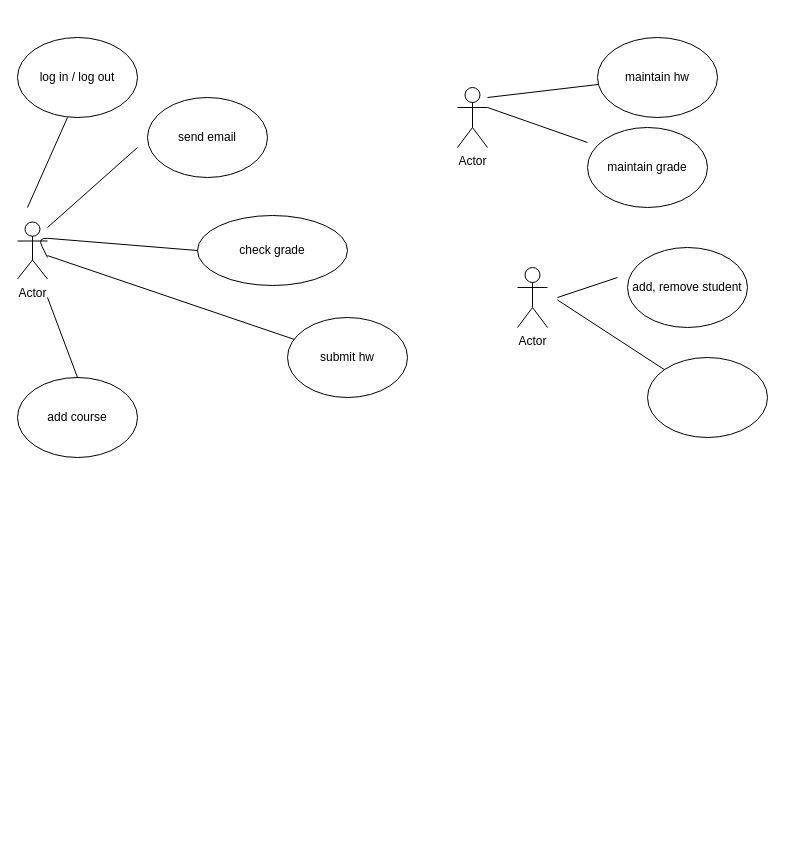
Earlier version of the draw.io diagram Untitled Diagram.drawio (haris8/use_case). Source tidied: cells renumbered, new cells numbered last; positions are measured from the earlier drawing's top-left corner, leaving out a move shared by most shapes. Both pictures are drawn from the tidied source at 100%, with x=0, y=0 at pixel (17, 37).
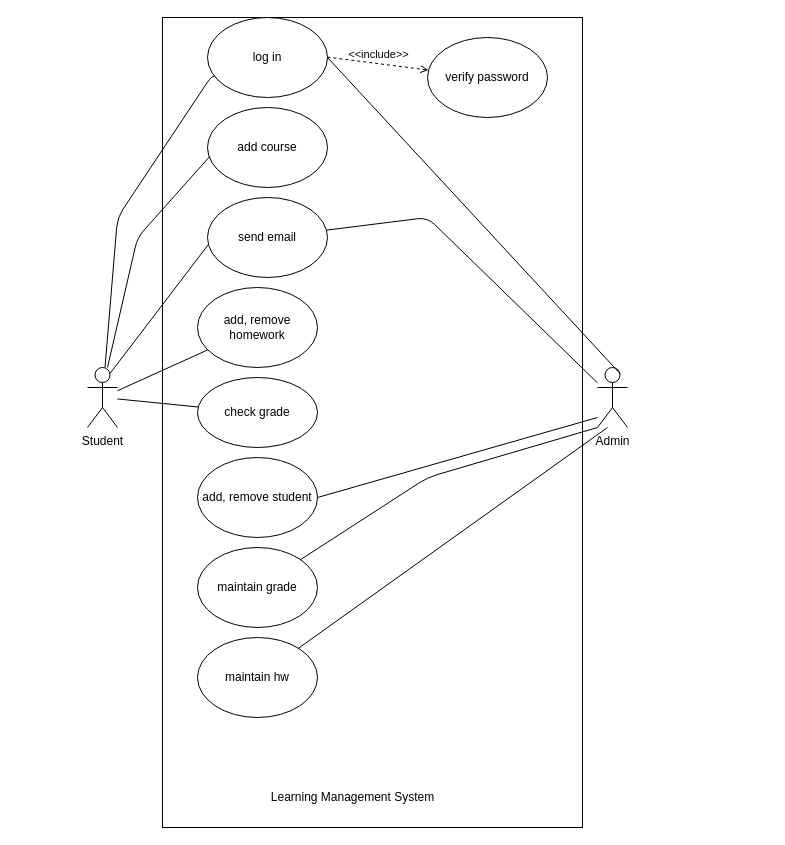
Above is the later version.

What changed in the source:
```diff
@@
-    <mxCell id="2" value="Actor" style="shape=umlActor;verticalLabelPosition=bottom;labelBackgroundColor=#ffffff;verticalAlign=top;html=1;outlineConnect=0;" parent="1" vertex="1">
-      <mxGeometry y="184.5" width="30" height="57" as="geometry" />
-    </mxCell>
+    <mxCell id="23" style="rounded=0;whiteSpace=wrap;html=1;" parent="1" vertex="1">
+      <mxGeometry x="145" y="-20" width="420" height="810" as="geometry" />
+    </mxCell>
     <mxCell id="3" value="check grade" style="ellipse;whiteSpace=wrap;html=1;" parent="1" vertex="1">
-      <mxGeometry x="180" y="178" width="150" height="70" as="geometry" />
+      <mxGeometry x="180" y="340" width="120" height="70" as="geometry" />
     </mxCell>
-    <mxCell id="4" style="endArrow=none;html=1;entryX=0;entryY=0.5;entryDx=0;entryDy=0;" parent="1" edge="1" target="3">
-      <mxGeometry relative="1" as="geometry">
-        <mxPoint x="30" y="220" as="sourcePoint" />
-        <Array as="points">
-          <mxPoint x="20" y="200" />
-        </Array>
-      </mxGeometry>
-    </mxCell>
-    <mxCell id="5" style="endArrow=none;html=1;" parent="1" edge="1" source="2" target="6">
-      <mxGeometry relative="1" as="geometry" />
-    </mxCell>
-    <mxCell id="6" value="submit hw" style="ellipse;whiteSpace=wrap;html=1;" parent="1" vertex="1">
-      <mxGeometry x="270" y="280" width="120" height="80" as="geometry" />
+    <mxCell id="6" value="add, remove homework" style="ellipse;whiteSpace=wrap;html=1;" parent="1" vertex="1">
+      <mxGeometry x="180" y="250" width="120" height="80" as="geometry" />
     </mxCell>
     <mxCell id="7" value="add course" style="ellipse;whiteSpace=wrap;html=1;" parent="1" vertex="1">
-      <mxGeometry y="340" width="120" height="80" as="geometry" />
+      <mxGeometry x="190" y="70" width="120" height="80" as="geometry" />
     </mxCell>
-    <mxCell id="8" style="endArrow=none;html=1;exitX=0.5;exitY=0;exitDx=0;exitDy=0;" parent="1" edge="1" source="7">
-      <mxGeometry relative="1" as="geometry">
-        <mxPoint x="30" y="260" as="targetPoint" />
-      </mxGeometry>
-    </mxCell>
     <mxCell id="9" value="send email" style="ellipse;whiteSpace=wrap;html=1;" parent="1" vertex="1">
-      <mxGeometry x="130" y="60" width="120" height="80" as="geometry" />
+      <mxGeometry x="190" y="160" width="120" height="80" as="geometry" />
     </mxCell>
-    <mxCell id="10" style="endArrow=none;html=1;" parent="1" edge="1">
-      <mxGeometry relative="1" as="geometry">
-        <mxPoint x="30" y="190" as="sourcePoint" />
-        <mxPoint x="120" y="110" as="targetPoint" />
-      </mxGeometry>
-    </mxCell>
-    <mxCell id="11" value="log in / log out" style="ellipse;whiteSpace=wrap;html=1;" parent="1" vertex="1">
-      <mxGeometry width="120" height="80" as="geometry" />
+    <mxCell id="11" value="log in" style="ellipse;whiteSpace=wrap;html=1;" parent="1" vertex="1">
+      <mxGeometry x="190" y="-20" width="120" height="80" as="geometry" />
     </mxCell>
-    <mxCell id="12" value="Actor" style="shape=umlActor;verticalLabelPosition=bottom;labelBackgroundColor=#ffffff;verticalAlign=top;html=1;outlineConnect=0;" parent="1" vertex="1">
-      <mxGeometry x="440" y="50" width="30" height="60" as="geometry" />
-    </mxCell>
-    <mxCell id="13" style="endArrow=none;html=1;" parent="1" edge="1">
+    <mxCell id="13" style="endArrow=none;html=1;" parent="1" edge="1" source="24" target="11">
       <mxGeometry relative="1" as="geometry">
-        <mxPoint x="10" y="170" as="sourcePoint" />
-        <mxPoint x="50" y="80" as="targetPoint" />
+        <Array as="points">
+          <mxPoint x="100" y="180" />
+          <mxPoint x="193" y="40" />
+        </Array>
       </mxGeometry>
     </mxCell>
-    <mxCell id="14" style="endArrow=none;html=1;" parent="1" edge="1" source="12" target="15">
-      <mxGeometry relative="1" as="geometry">
-        <Array as="points">
-          <mxPoint x="470" y="60" />
-        </Array>
-      </mxGeometry>
-    </mxCell>
     <mxCell id="15" value="maintain hw" style="ellipse;whiteSpace=wrap;html=1;" parent="1" vertex="1">
-      <mxGeometry x="580" width="120" height="80" as="geometry" />
+      <mxGeometry x="180" y="600" width="120" height="80" as="geometry" />
     </mxCell>
     <mxCell id="16" value="add, remove student" style="ellipse;whiteSpace=wrap;html=1;" parent="1" vertex="1">
-      <mxGeometry x="610" y="210" width="120" height="80" as="geometry" />
+      <mxGeometry x="180" y="420" width="120" height="80" as="geometry" />
     </mxCell>
-    <mxCell id="17" value="Actor" style="shape=umlActor;verticalLabelPosition=bottom;labelBackgroundColor=#ffffff;verticalAlign=top;html=1;outlineConnect=0;" parent="1" vertex="1">
-      <mxGeometry x="500" y="230" width="30" height="60" as="geometry" />
+    <mxCell id="17" value="Admin" style="shape=umlActor;verticalLabelPosition=bottom;labelBackgroundColor=#ffffff;verticalAlign=top;html=1;outlineConnect=0;" parent="1" vertex="1">
+      <mxGeometry x="580" y="330" width="30" height="60" as="geometry" />
     </mxCell>
-    <mxCell id="18" style="endArrow=none;html=1;" parent="1" edge="1" target="19">
-      <mxGeometry relative="1" as="geometry">
-        <mxPoint x="540" y="262.5" as="sourcePoint" />
-      </mxGeometry>
-    </mxCell>
-    <mxCell id="19" style="ellipse;whiteSpace=wrap;html=1;" parent="1" vertex="1">
-      <mxGeometry x="630" y="320" width="120" height="80" as="geometry" />
+    <mxCell id="19" value="verify password" style="ellipse;whiteSpace=wrap;html=1;" parent="1" vertex="1">
+      <mxGeometry x="410" width="120" height="80" as="geometry" />
     </mxCell>
-    <mxCell id="20" style="endArrow=none;html=1;" parent="1" edge="1">
-      <mxGeometry relative="1" as="geometry">
-        <mxPoint x="540" y="260" as="sourcePoint" />
-        <mxPoint x="600" y="240" as="targetPoint" />
-      </mxGeometry>
-    </mxCell>
     <mxCell id="21" value="maintain grade" style="ellipse;whiteSpace=wrap;html=1;" parent="1" vertex="1">
-      <mxGeometry x="570" y="90" width="120" height="80" as="geometry" />
+      <mxGeometry x="180" y="510" width="120" height="80" as="geometry" />
     </mxCell>
-    <mxCell id="22" style="endArrow=none;html=1;exitX=1;exitY=0.3333333333333333;exitDx=0;exitDy=0;exitPerimeter=0;" parent="1" edge="1" source="12">
-      <mxGeometry relative="1" as="geometry">
-        <mxPoint x="570" y="105" as="targetPoint" />
-      </mxGeometry>
-    </mxCell>
+    <mxCell id="24" value="Student" style="shape=umlActor;verticalLabelPosition=bottom;labelBackgroundColor=#ffffff;verticalAlign=top;html=1;outlineConnect=0;" parent="1" vertex="1">
+      <mxGeometry x="70" y="330" width="30" height="60" as="geometry" />
+    </mxCell>
+    <mxCell id="25" style="endArrow=none;html=1;entryX=0.007;entryY=0.588;entryDx=0;entryDy=0;entryPerimeter=0;exitX=0.75;exitY=0.1;exitDx=0;exitDy=0;exitPerimeter=0;" parent="1" edge="1" source="24" target="9">
+      <mxGeometry relative="1" as="geometry" />
+    </mxCell>
+    <mxCell id="26" style="endArrow=none;html=1;exitX=1;exitY=0.5;exitDx=0;exitDy=0;entryX=0.75;entryY=0.1;entryDx=0;entryDy=0;entryPerimeter=0;" parent="1" edge="1" source="11" target="17">
+      <mxGeometry relative="1" as="geometry" />
+    </mxCell>
+    <mxCell id="27" style="endArrow=none;html=1;" parent="1" edge="1" source="9" target="17">
+      <mxGeometry relative="1" as="geometry">
+        <Array as="points">
+          <mxPoint x="410" y="180" />
+        </Array>
+      </mxGeometry>
+    </mxCell>
+    <mxCell id="28" value="&amp;lt;&amp;lt;include&amp;gt;&amp;gt;" style="edgeStyle=none;html=1;endArrow=open;verticalAlign=bottom;dashed=1;labelBackgroundColor=none;" parent="1" edge="1" target="19">
+      <mxGeometry relative="1" as="geometry">
+        <mxPoint x="310" y="19.6" as="sourcePoint" />
+      </mxGeometry>
+    </mxCell>
+    <mxCell id="29" style="endArrow=none;html=1;" parent="1" edge="1" source="6" target="24">
+      <mxGeometry relative="1" as="geometry" />
+    </mxCell>
+    <mxCell id="30" style="endArrow=none;html=1;entryX=0.021;entryY=0.608;entryDx=0;entryDy=0;entryPerimeter=0;" parent="1" edge="1" target="7">
+      <mxGeometry relative="1" as="geometry">
+        <mxPoint x="90" y="330" as="sourcePoint" />
+        <Array as="points">
+          <mxPoint x="120" y="200" />
+        </Array>
+      </mxGeometry>
+    </mxCell>
+    <mxCell id="31" style="endArrow=none;html=1;" parent="1" edge="1" source="3" target="24">
+      <mxGeometry relative="1" as="geometry" />
+    </mxCell>
+    <mxCell id="32" style="endArrow=none;html=1;exitX=1;exitY=0.5;exitDx=0;exitDy=0;" parent="1" edge="1" source="16">
+      <mxGeometry relative="1" as="geometry">
+        <mxPoint x="580" y="380" as="targetPoint" />
+      </mxGeometry>
+    </mxCell>
+    <mxCell id="33" style="endArrow=none;html=1;" parent="1" edge="1" source="21">
+      <mxGeometry relative="1" as="geometry">
+        <mxPoint x="580" y="390" as="targetPoint" />
+        <Array as="points">
+          <mxPoint x="410" y="440" />
+        </Array>
+      </mxGeometry>
+    </mxCell>
+    <mxCell id="34" style="endArrow=none;html=1;" parent="1" edge="1" source="15">
+      <mxGeometry relative="1" as="geometry">
+        <mxPoint x="590" y="390" as="targetPoint" />
+      </mxGeometry>
+    </mxCell>
+    <mxCell id="35" value="Learning Management System" style="text;html=1;align=center;verticalAlign=middle;" parent="1" vertex="1">
+      <mxGeometry x="245" y="750" width="180" height="20" as="geometry" />
+    </mxCell>
```
